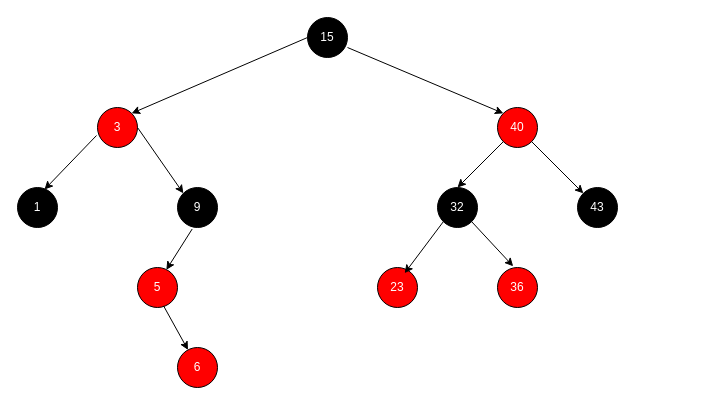
semihhdemirel/semihhdemirel keeps this draw.io diagram as Untitled Diagram.drawio. Above is the earlier version. Source tidied: cells renumbered, new cells numbered last; positions are measured from the earlier drawing's top-left corner, leaving out a move shared by most shapes. Both pictures are drawn from the tidied source at 100%, with x=0, y=0 at pixel (17, 17).
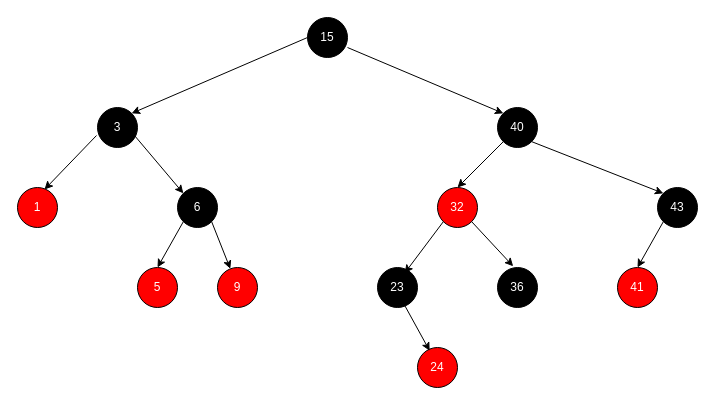
After the change.

The change refers to these unchanged cells:
```xml
<mxCell id="14" value="&lt;font color=&quot;#ffffff&quot;&gt;5&lt;/font&gt;" style="ellipse;whiteSpace=wrap;html=1;fillColor=#FF0000;" parent="1" vertex="1">
  <mxGeometry x="120" y="250" width="40" height="40" as="geometry" />
</mxCell>
```

Change to the diagram source:
```diff
@@
-    <mxCell id="2" value="&lt;font color=&quot;#ffffff&quot;&gt;40&lt;/font&gt;" style="ellipse;whiteSpace=wrap;html=1;fillColor=#FF0000;" parent="1" vertex="1">
+    <mxCell id="2" value="&lt;font color=&quot;#ffffff&quot;&gt;40&lt;/font&gt;" style="ellipse;whiteSpace=wrap;html=1;fillColor=#000000;" parent="1" vertex="1">
       <mxGeometry x="480" y="90" width="40" height="40" as="geometry" />
     </mxCell>
@@
-    <mxCell id="4" value="&lt;font color=&quot;#ffffff&quot;&gt;9&lt;/font&gt;" style="ellipse;whiteSpace=wrap;html=1;fillColor=#000000;" parent="1" vertex="1">
-      <mxGeometry x="160" y="170" width="40" height="40" as="geometry" />
+    <mxCell id="4" value="&lt;font color=&quot;#ffffff&quot;&gt;9&lt;/font&gt;" style="ellipse;whiteSpace=wrap;html=1;fillColor=#FF0000;" parent="1" vertex="1">
+      <mxGeometry x="200" y="250" width="40" height="40" as="geometry" />
     </mxCell>
     <mxCell id="5" value="&lt;font color=&quot;#ffffff&quot;&gt;43&lt;/font&gt;" style="ellipse;whiteSpace=wrap;html=1;fillColor=#000000;" parent="1" vertex="1">
-      <mxGeometry x="560" y="170" width="40" height="40" as="geometry" />
+      <mxGeometry x="640" y="170" width="40" height="40" as="geometry" />
     </mxCell>
@@
-    <mxCell id="7" value="&lt;font color=&quot;#ffffff&quot;&gt;32&lt;/font&gt;" style="ellipse;whiteSpace=wrap;html=1;fillColor=#000000;" parent="1" vertex="1">
+    <mxCell id="7" value="&lt;font color=&quot;#ffffff&quot;&gt;32&lt;/font&gt;" style="ellipse;whiteSpace=wrap;html=1;fillColor=#FF0000;" parent="1" vertex="1">
       <mxGeometry x="420" y="170" width="40" height="40" as="geometry" />
     </mxCell>
@@
-    <mxCell id="9" value="&lt;font color=&quot;#ffffff&quot;&gt;1&lt;/font&gt;" style="ellipse;whiteSpace=wrap;html=1;fillColor=#000000;" parent="1" vertex="1">
+    <mxCell id="9" value="&lt;font color=&quot;#ffffff&quot;&gt;1&lt;/font&gt;" style="ellipse;whiteSpace=wrap;html=1;fillColor=#FF0000;" parent="1" vertex="1">
       <mxGeometry y="170" width="40" height="40" as="geometry" />
     </mxCell>
-    <mxCell id="10" value="&lt;font color=&quot;#ffffff&quot;&gt;3&lt;/font&gt;" style="ellipse;whiteSpace=wrap;html=1;fillColor=#FF0000;" parent="1" vertex="1">
+    <mxCell id="10" value="&lt;font color=&quot;#ffffff&quot;&gt;3&lt;/font&gt;" style="ellipse;whiteSpace=wrap;html=1;fillColor=#000000;" parent="1" vertex="1">
       <mxGeometry x="80" y="90" width="40" height="40" as="geometry" />
     </mxCell>
@@
-    <mxCell id="13" style="endArrow=classic;html=1;rounded=0;exitX=1;exitY=0.5;exitDx=0;exitDy=0;entryX=0;entryY=0;entryDx=0;entryDy=0;" parent="1" edge="1" source="10" target="4">
-      <mxGeometry relative="1" as="geometry" />
-    </mxCell>
@@
-    <mxCell id="15" style="endArrow=classic;html=1;rounded=0;exitX=0.367;exitY=1.038;exitDx=0;exitDy=0;exitPerimeter=0;entryX=0.721;entryY=0.058;entryDx=0;entryDy=0;entryPerimeter=0;" parent="1" edge="1" source="4" target="14">
-      <mxGeometry relative="1" as="geometry" />
-    </mxCell>
@@
-    <mxCell id="17" value="&lt;font color=&quot;#ffffff&quot;&gt;23&lt;/font&gt;" style="ellipse;whiteSpace=wrap;html=1;fillColor=#FF0000;" parent="1" vertex="1">
+    <mxCell id="17" value="&lt;font color=&quot;#ffffff&quot;&gt;23&lt;/font&gt;" style="ellipse;whiteSpace=wrap;html=1;fillColor=#000000;" parent="1" vertex="1">
       <mxGeometry x="360" y="250" width="40" height="40" as="geometry" />
     </mxCell>
@@
-    <mxCell id="19" value="&lt;font color=&quot;#ffffff&quot;&gt;36&lt;/font&gt;" style="ellipse;whiteSpace=wrap;html=1;fillColor=#FF0000;" parent="1" vertex="1">
+    <mxCell id="19" value="&lt;font color=&quot;#ffffff&quot;&gt;36&lt;/font&gt;" style="ellipse;whiteSpace=wrap;html=1;fillColor=#000000;" parent="1" vertex="1">
       <mxGeometry x="480" y="250" width="40" height="40" as="geometry" />
     </mxCell>
@@
-    <mxCell id="21" value="&lt;font color=&quot;#ffffff&quot;&gt;6&lt;/font&gt;" style="ellipse;whiteSpace=wrap;html=1;fillColor=#FF0000;" parent="1" vertex="1">
-      <mxGeometry x="160" y="330" width="40" height="40" as="geometry" />
+    <mxCell id="21" value="&lt;font color=&quot;#ffffff&quot;&gt;6&lt;/font&gt;" style="ellipse;whiteSpace=wrap;html=1;fillColor=#000000;" parent="1" vertex="1">
+      <mxGeometry x="160" y="170" width="40" height="40" as="geometry" />
     </mxCell>
-    <mxCell id="22" style="endArrow=classic;html=1;rounded=0;exitX=0.652;exitY=0.959;exitDx=0;exitDy=0;exitPerimeter=0;" parent="1" edge="1" source="14" target="21">
-      <mxGeometry relative="1" as="geometry" />
-    </mxCell>
+    <mxCell id="23" style="endArrow=classic;html=1;rounded=0;entryX=0;entryY=0;entryDx=0;entryDy=0;exitX=0.925;exitY=0.7;exitDx=0;exitDy=0;exitPerimeter=0;" parent="1" edge="1" source="10" target="21">
+      <mxGeometry relative="1" as="geometry" />
+    </mxCell>
+    <mxCell id="24" style="endArrow=classic;html=1;rounded=0;exitX=1;exitY=1;exitDx=0;exitDy=0;" parent="1" edge="1" source="21" target="4">
+      <mxGeometry relative="1" as="geometry" />
+    </mxCell>
+    <mxCell id="25" style="endArrow=classic;html=1;rounded=0;exitX=0;exitY=1;exitDx=0;exitDy=0;entryX=0.5;entryY=0;entryDx=0;entryDy=0;" parent="1" edge="1" source="21" target="14">
+      <mxGeometry relative="1" as="geometry" />
+    </mxCell>
+    <mxCell id="26" value="&lt;font color=&quot;#ffffff&quot;&gt;24&lt;/font&gt;" style="ellipse;whiteSpace=wrap;html=1;fillColor=#FF0000;" parent="1" vertex="1">
+      <mxGeometry x="400" y="330" width="40" height="40" as="geometry" />
+    </mxCell>
+    <mxCell id="27" style="endArrow=classic;html=1;rounded=0;exitX=0.675;exitY=0.939;exitDx=0;exitDy=0;exitPerimeter=0;entryX=0.304;entryY=0.082;entryDx=0;entryDy=0;entryPerimeter=0;" parent="1" edge="1" source="17" target="26">
+      <mxGeometry relative="1" as="geometry" />
+    </mxCell>
+    <mxCell id="28" value="&lt;font color=&quot;#ffffff&quot;&gt;41&lt;/font&gt;" style="ellipse;whiteSpace=wrap;html=1;fillColor=#FF0000;" parent="1" vertex="1">
+      <mxGeometry x="600" y="250" width="40" height="40" as="geometry" />
+    </mxCell>
+    <mxCell id="29" style="endArrow=classic;html=1;rounded=0;exitX=0;exitY=1;exitDx=0;exitDy=0;entryX=0.5;entryY=0;entryDx=0;entryDy=0;" parent="1" edge="1" source="5" target="28">
+      <mxGeometry relative="1" as="geometry" />
+    </mxCell>
```
